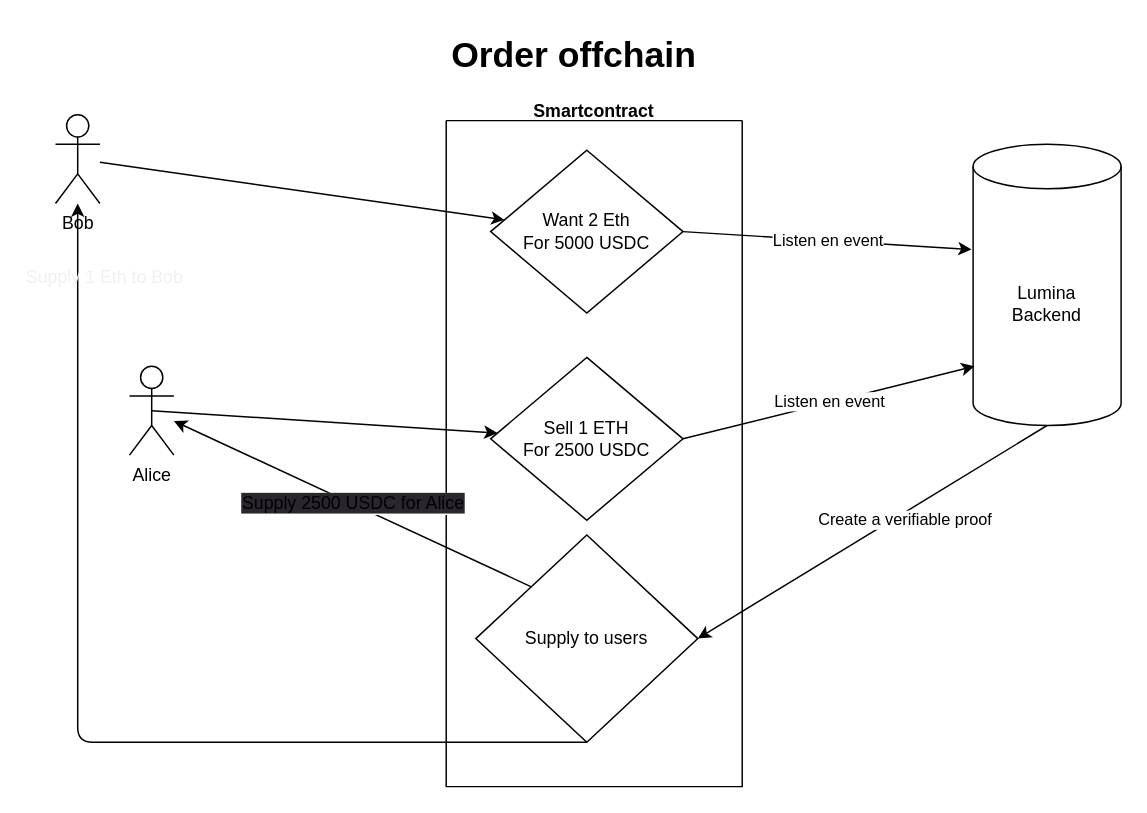
The draw.io diagram packages/contracts/order-offchain.drawio in Lumina-DEX/lumina-permissioned, before the edit. Source tidied: cells renumbered, new cells numbered last; positions are measured from the earlier drawing's top-left corner, leaving out a move shared by most shapes. Both pictures are drawn from the tidied source at 148%, with x=0, y=0 at pixel (55, 25).
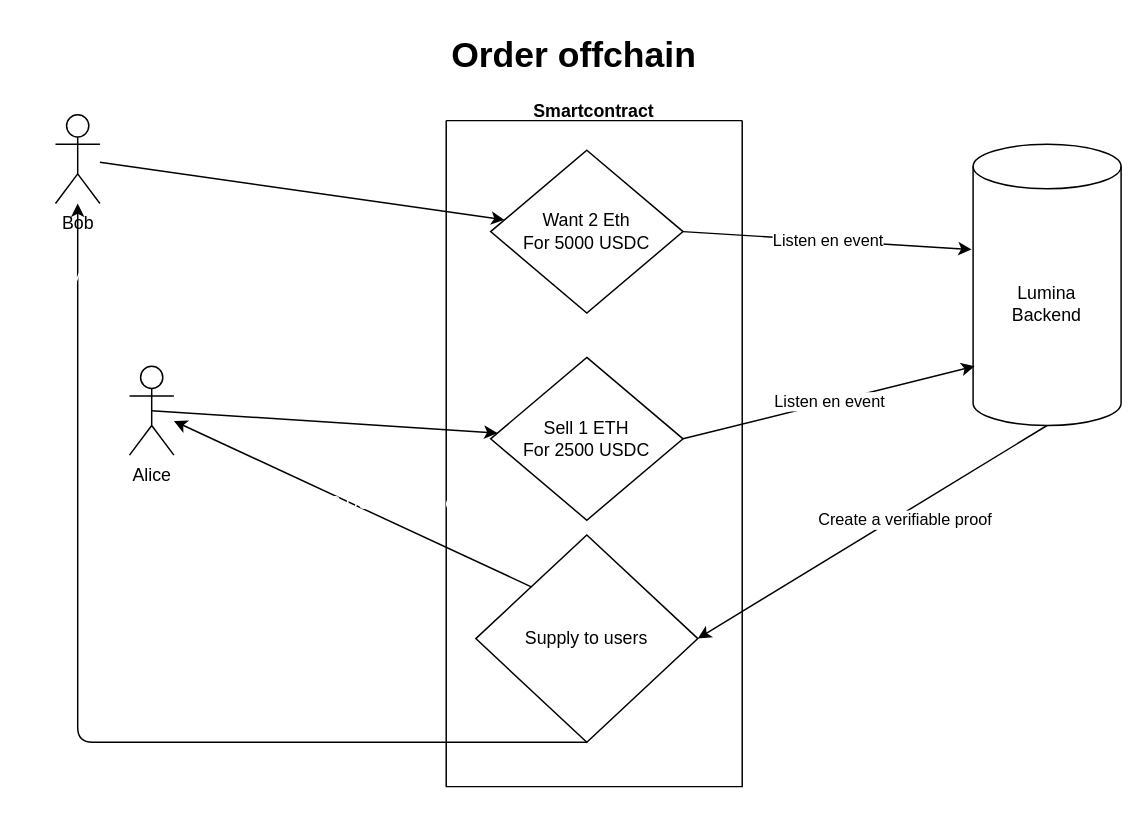
The same diagram, later.

Diff of the diagram source:
```diff
@@
 <mxGraphModel>
   <root>
     <mxCell id="0" />
     <mxCell id="1" parent="0" />
     <mxCell id="2" value="Bob&lt;br&gt;" style="shape=umlActor;verticalLabelPosition=bottom;verticalAlign=top;html=1;outlineConnect=0;" parent="1" vertex="1">
       <mxGeometry y="60" width="30" height="60" as="geometry" />
     </mxCell>
     <mxCell id="3" value="Alice&lt;br&gt;" style="shape=umlActor;verticalLabelPosition=bottom;verticalAlign=top;html=1;outlineConnect=0;" parent="1" vertex="1">
       <mxGeometry x="50" y="230" width="30" height="60" as="geometry" />
     </mxCell>
     <mxCell id="4" style="endArrow=classic;html=1;" parent="1" edge="1" source="2" target="6">
       <mxGeometry relative="1" as="geometry" />
     </mxCell>
     <mxCell id="5" value="Smartcontract&#10;" style="swimlane;startSize=0;labelBackgroundColor=none;" parent="1" vertex="1">
       <mxGeometry x="264" y="64" width="200" height="450" as="geometry" />
     </mxCell>
     <mxCell id="6" value="Want 2 Eth&lt;br&gt;For 5000 USDC&lt;br&gt;" style="rhombus;whiteSpace=wrap;html=1;" parent="5" vertex="1">
       <mxGeometry x="30" y="20" width="130" height="110" as="geometry" />
     </mxCell>
     <mxCell id="7" value="Sell 1 ETH&lt;br&gt;For 2500 USDC" style="rhombus;whiteSpace=wrap;html=1;" parent="5" vertex="1">
       <mxGeometry x="30" y="160" width="130" height="110" as="geometry" />
     </mxCell>
     <mxCell id="8" value="Supply to users" style="rhombus;whiteSpace=wrap;html=1;" parent="5" vertex="1">
       <mxGeometry x="20" y="280" width="150" height="140" as="geometry" />
     </mxCell>
     <mxCell id="9" value="Lumina &lt;br&gt;Backend" style="shape=cylinder3;whiteSpace=wrap;html=1;boundedLbl=1;backgroundOutline=1;size=15;" parent="1" vertex="1">
       <mxGeometry x="620" y="80" width="100" height="190" as="geometry" />
     </mxCell>
     <mxCell id="10" value="Listen en event" style="endArrow=classic;html=1;exitX=1;exitY=0.5;exitDx=0;exitDy=0;entryX=-0.01;entryY=0.374;entryDx=0;entryDy=0;entryPerimeter=0;" parent="1" edge="1" source="6" target="9">
       <mxGeometry relative="1" as="geometry" />
     </mxCell>
     <mxCell id="11" style="endArrow=classic;html=1;exitX=0.5;exitY=0.5;exitDx=0;exitDy=0;exitPerimeter=0;" parent="1" edge="1" source="3" target="7">
       <mxGeometry relative="1" as="geometry" />
     </mxCell>
     <mxCell id="12" value="Listen en event" style="endArrow=classic;html=1;exitX=1;exitY=0.5;exitDx=0;exitDy=0;entryX=0.01;entryY=0.789;entryDx=0;entryDy=0;entryPerimeter=0;" parent="1" edge="1" source="7" target="9">
       <mxGeometry relative="1" as="geometry" />
     </mxCell>
     <mxCell id="13" style="endArrow=classic;html=1;exitX=0.5;exitY=1;exitDx=0;exitDy=0;exitPerimeter=0;entryX=1;entryY=0.5;entryDx=0;entryDy=0;" parent="1" edge="1" source="9" target="8">
       <mxGeometry relative="1" as="geometry" />
     </mxCell>
     <mxCell id="14" value="Create a verifiable proof" style="edgeLabel;html=1;align=center;verticalAlign=middle;" parent="13" vertex="1">
       <mxGeometry x="-0.17" y="4" relative="1" as="geometry" />
     </mxCell>
-    <mxCell id="15" value="&lt;span style=&quot;font-size: 12px; font-weight: 400; background-color: rgb(42, 37, 47);&quot;&gt;Supply 2500 USDC for Alice&lt;/span&gt;" style="endArrow=classic;html=1;exitX=0;exitY=0;exitDx=0;exitDy=0;fontStyle=1;" parent="1" edge="1" source="8" target="3">
+    <mxCell id="15" value="&lt;span style=&quot;font-size: 12px; font-weight: 400;&quot;&gt;&lt;font color=&quot;#ffffff&quot;&gt;Supply 2500 USDC for Alice&lt;/font&gt;&lt;/span&gt;" style="endArrow=classic;html=1;exitX=0;exitY=0;exitDx=0;exitDy=0;fontStyle=1;labelBackgroundColor=none;" parent="1" edge="1" source="8" target="3">
       <mxGeometry relative="1" as="geometry" />
     </mxCell>
-    <mxCell id="16" value="&lt;span style=&quot;color: rgb(240, 240, 240); font-family: Helvetica; font-size: 12px; font-style: normal; font-variant-ligatures: normal; font-variant-caps: normal; font-weight: 400; letter-spacing: normal; orphans: 2; text-align: center; text-indent: 0px; text-transform: none; widows: 2; word-spacing: 0px; -webkit-text-stroke-width: 0px; text-decoration-thickness: initial; text-decoration-style: initial; text-decoration-color: initial; float: none; display: inline !important;&quot;&gt;Supply 1 Eth to Bob&lt;/span&gt;&lt;br style=&quot;border-color: rgb(0, 0, 0); color: rgb(240, 240, 240); font-family: Helvetica; font-size: 12px; font-style: normal; font-variant-ligatures: normal; font-variant-caps: normal; font-weight: 400; letter-spacing: normal; orphans: 2; text-align: center; text-indent: 0px; text-transform: none; widows: 2; word-spacing: 0px; -webkit-text-stroke-width: 0px; text-decoration-thickness: initial; text-decoration-style: initial; text-decoration-color: initial;&quot;&gt;" style="endArrow=classic;html=1;exitX=0.5;exitY=1;exitDx=0;exitDy=0;labelBackgroundColor=none;" parent="1" edge="1" source="8" target="2">
+    <mxCell id="16" value="&lt;span style=&quot;font-family: Helvetica; font-size: 12px; font-style: normal; font-variant-ligatures: normal; font-variant-caps: normal; font-weight: 400; letter-spacing: normal; orphans: 2; text-align: center; text-indent: 0px; text-transform: none; widows: 2; word-spacing: 0px; -webkit-text-stroke-width: 0px; text-decoration-thickness: initial; text-decoration-style: initial; text-decoration-color: initial; float: none; display: inline !important;&quot;&gt;&lt;font color=&quot;#ffffff&quot;&gt;Supply 1 Eth to Bob&lt;/font&gt;&lt;/span&gt;" style="endArrow=classic;html=1;exitX=0.5;exitY=1;exitDx=0;exitDy=0;labelBackgroundColor=none;" parent="1" edge="1" source="8" target="2">
       <mxGeometry x="0.86" y="-18" relative="1" as="geometry">
         <Array as="points">
           <mxPoint x="15" y="484" />
         </Array>
       </mxGeometry>
     </mxCell>
     <mxCell id="17" value="Order offchain" style="text;strokeColor=none;fillColor=none;html=1;fontSize=24;fontStyle=1;verticalAlign=middle;align=center;" parent="1" vertex="1">
       <mxGeometry x="300" width="100" height="40" as="geometry" />
     </mxCell>
   </root>
 </mxGraphModel>
```
